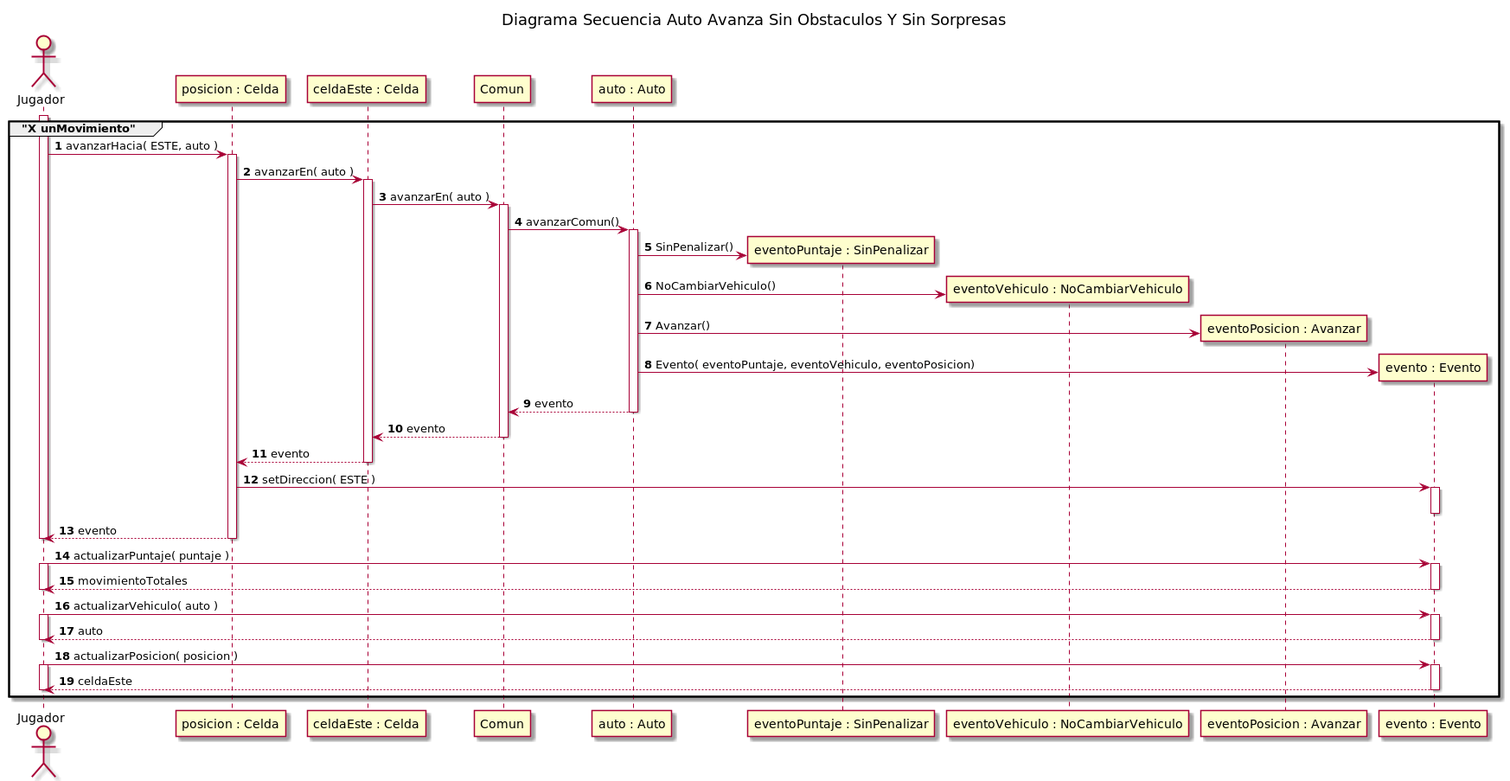
rodrigovzq/algo3_tp2 keeps this PlantUML diagram as diagrams/sequences/entrega1/actualizados/img/DiagramaSecuenciaCasoSinObstaculosSinSorpresas.png. Above is the earlier version. Source of this version:
```plantuml
@startuml
title Diagrama Secuencia Auto Avanza Sin Obstaculos Y Sin Sorpresas
autonumber
actor Jugador

group "X unMovimiento"
activate Jugador

Jugador -> "posicion : Celda"++: avanzarHacia( ESTE, auto )

"posicion : Celda" -> "celdaEste : Celda"++: avanzarEn( auto )

"celdaEste : Celda" -> Comun++: avanzarEn( auto )
Comun -> "auto : Auto"++: avanzarComun()

create "eventoPuntaje : SinPenalizar"
"auto : Auto" -> "eventoPuntaje : SinPenalizar": SinPenalizar()

create "eventoVehiculo : NoCambiarVehiculo"
"auto : Auto"  -> "eventoVehiculo : NoCambiarVehiculo": NoCambiarVehiculo()

create "eventoPosicion : Avanzar"
"auto : Auto"  -> "eventoPosicion : Avanzar": Avanzar()

create "evento : Evento"
"auto : Auto"  -> "evento : Evento": Evento( eventoPuntaje, eventoVehiculo, eventoPosicion)

"auto : Auto" --> Comun: evento
deactivate "auto : Auto"

Comun --> "celdaEste : Celda": evento
deactivate Comun
"celdaEste : Celda" --> "posicion : Celda": evento
deactivate "celdaEste : Celda"

"posicion : Celda" -> "evento : Evento"++: setDireccion( ESTE )
deactivate "evento : Evento"
"posicion : Celda" --> Jugador--: evento
deactivate Jugador

Jugador -> "evento : Evento"++: actualizarPuntaje( puntaje )
activate Jugador
Jugador <-- "evento : Evento"--: movimientoTotales
deactivate Jugador

Jugador -> "evento : Evento"++: actualizarVehiculo( auto )
activate Jugador
Jugador <-- "evento : Evento"--: auto
deactivate Jugador

Jugador -> "evento : Evento"++: actualizarPosicion( posicion )
activate Jugador
Jugador <-- "evento : Evento"--: celdaEste
deactivate Jugador
end

@enduml
```
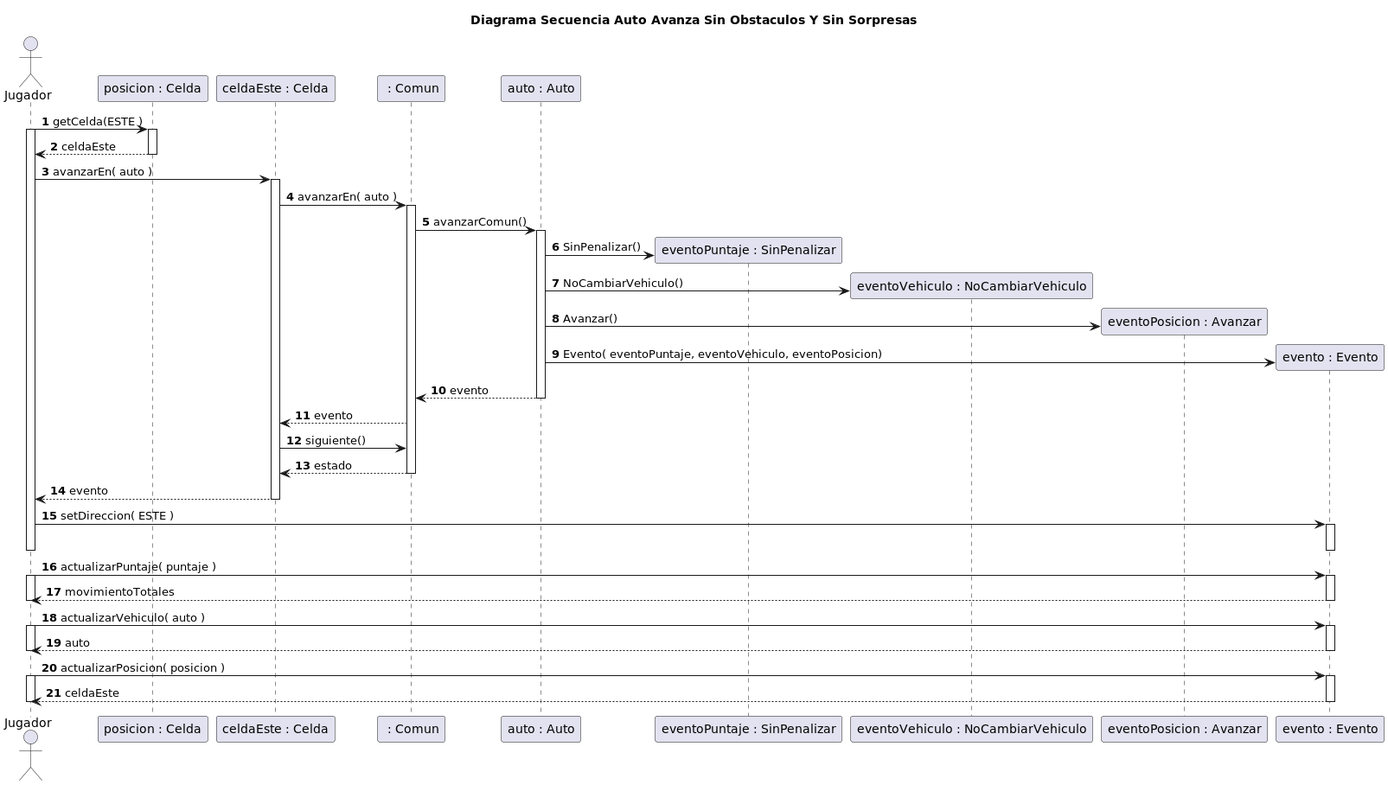
After the change.

What changed in the source:
```diff
@@ -3,15 +3,14 @@
 autonumber
 actor Jugador
 
-group "X unMovimiento"
+Jugador -> "posicion : Celda"++: getCelda(ESTE )
 activate Jugador
+"posicion : Celda" --> Jugador: celdaEste
+deactivate "posicion : Celda"
+ Jugador -> "celdaEste : Celda"++: avanzarEn( auto )
 
-Jugador -> "posicion : Celda"++: avanzarHacia( ESTE, auto )
-
-"posicion : Celda" -> "celdaEste : Celda"++: avanzarEn( auto )
-
-"celdaEste : Celda" -> Comun++: avanzarEn( auto )
-Comun -> "auto : Auto"++: avanzarComun()
+"celdaEste : Celda" -> " : Comun"++: avanzarEn( auto )
+" : Comun" -> "auto : Auto"++: avanzarComun()
 
 create "eventoPuntaje : SinPenalizar"
 "auto : Auto" -> "eventoPuntaje : SinPenalizar": SinPenalizar()
@@ -25,17 +24,19 @@
 create "evento : Evento"
 "auto : Auto"  -> "evento : Evento": Evento( eventoPuntaje, eventoVehiculo, eventoPosicion)
 
-"auto : Auto" --> Comun: evento
+"auto : Auto" --> " : Comun": evento
 deactivate "auto : Auto"
 
-Comun --> "celdaEste : Celda": evento
-deactivate Comun
-"celdaEste : Celda" --> "posicion : Celda": evento
+" : Comun" --> "celdaEste : Celda": evento
+"celdaEste : Celda" -> " : Comun": siguiente()
+" : Comun" --> "celdaEste : Celda": estado
+deactivate " : Comun"
+"celdaEste : Celda" --> Jugador: evento
 deactivate "celdaEste : Celda"
 
-"posicion : Celda" -> "evento : Evento"++: setDireccion( ESTE )
+Jugador -> "evento : Evento"++: setDireccion( ESTE )
 deactivate "evento : Evento"
-"posicion : Celda" --> Jugador--: evento
+
 deactivate Jugador
 
 Jugador -> "evento : Evento"++: actualizarPuntaje( puntaje )
@@ -52,6 +53,6 @@
 activate Jugador
 Jugador <-- "evento : Evento"--: celdaEste
 deactivate Jugador
-end
+
 
 @enduml
```
